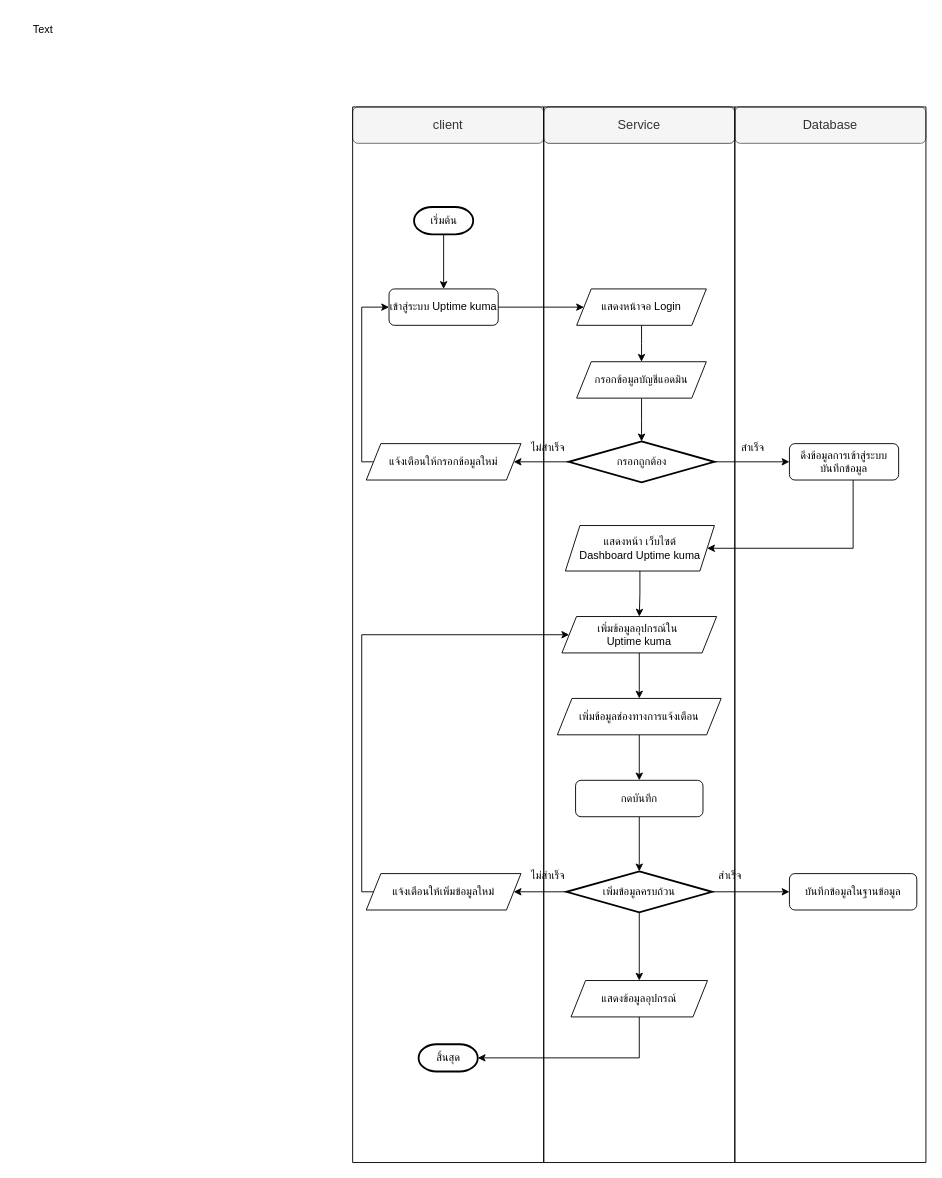
Before: page "flowchart-01" (11 of 12) of Diagram.drawio in Monaphat374/Sequence_project374, a draw.io diagram. Source tidied: cells renumbered, new cells numbered last; positions are measured from the earlier drawing's top-left corner, leaving out a move shared by most shapes. Both pictures are drawn from the tidied source at 91%, with x=0, y=0 at pixel (15, 15).
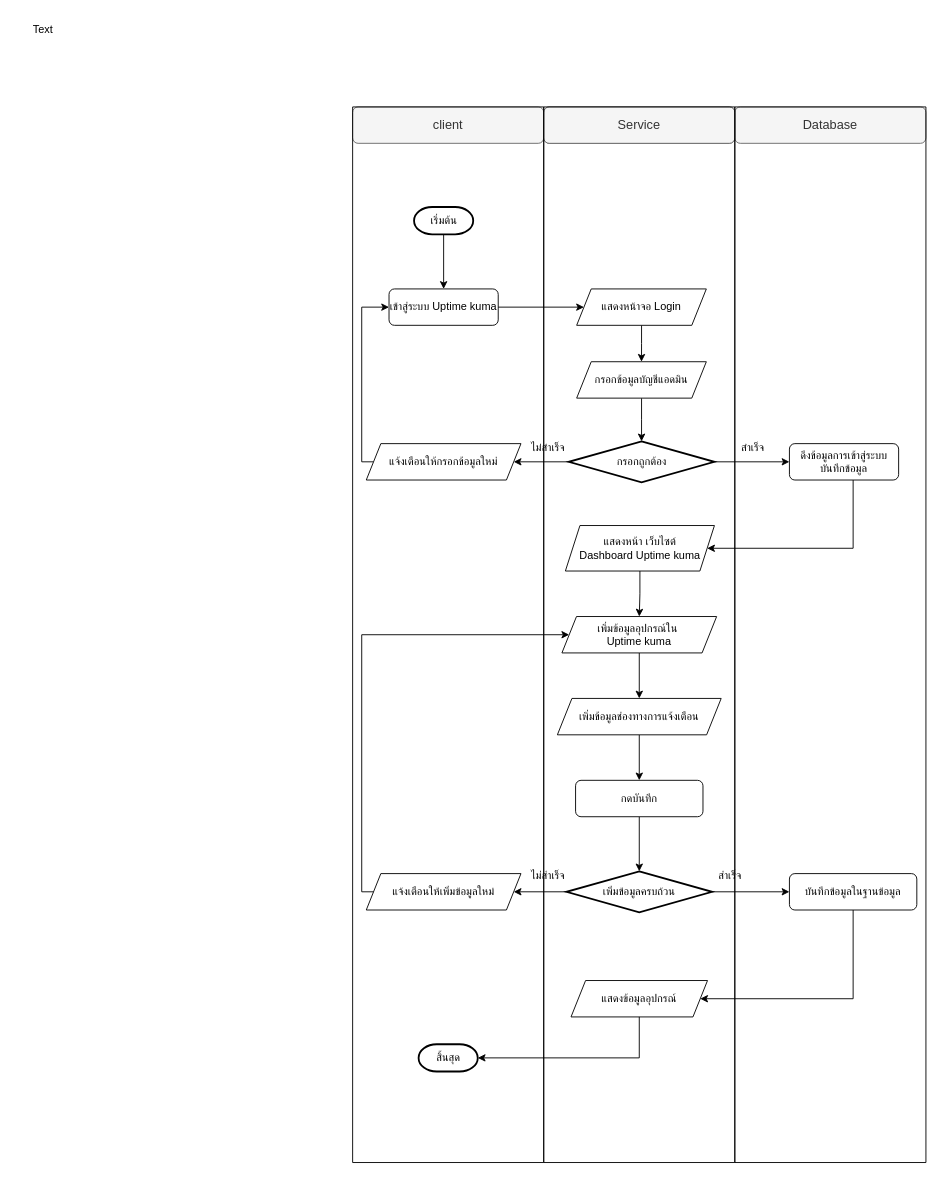
After the change.

Unchanged cells that the change refers to:
```xml
<mxCell id="6" style="swimlane;startSize=0;strokeColor=light-dark(#000000,#000000);" parent="1" vertex="1">
  <mxGeometry x="580" y="100" width="210" height="1160" as="geometry" />
</mxCell>
<mxCell id="11" value="เพิ่มข้อมูลครบถ้วน" style="strokeWidth=2;html=1;shape=mxgraph.flowchart.decision;whiteSpace=wrap;" parent="6" vertex="1">
  <mxGeometry x="25" y="840" width="160" height="45" as="geometry" />
</mxCell>
<mxCell id="23" value="แสดงข้อมูลอุปกรณ์" style="shape=parallelogram;perimeter=parallelogramPerimeter;whiteSpace=wrap;html=1;fixedSize=1;arcSize=25;size=16;" parent="6" vertex="1">
  <mxGeometry x="30" y="960" width="150" height="40" as="geometry" />
</mxCell>
<mxCell id="42" value="บันทึกข้อมูลในฐานข้อมูล" style="rounded=1;whiteSpace=wrap;html=1;" parent="41" vertex="1">
  <mxGeometry x="60" y="842.5" width="140" height="40" as="geometry" />
</mxCell>
```

What changed in the source:
```diff
@@
-    <mxCell id="10" style="edgeStyle=orthogonalEdgeStyle;rounded=0;jettySize=auto;html=1;entryX=0.5;entryY=0;entryDx=0;entryDy=0;" parent="6" edge="1" source="11" target="23">
-      <mxGeometry relative="1" as="geometry" />
-    </mxCell>
@@
+    <mxCell id="47" style="edgeStyle=orthogonalEdgeStyle;rounded=0;jettySize=auto;html=1;entryX=1;entryY=0.5;entryDx=0;entryDy=0;" parent="1" edge="1" source="42" target="23">
+      <mxGeometry relative="1" as="geometry">
+        <Array as="points">
+          <mxPoint x="920" y="1080" />
+        </Array>
+      </mxGeometry>
+    </mxCell>
```
